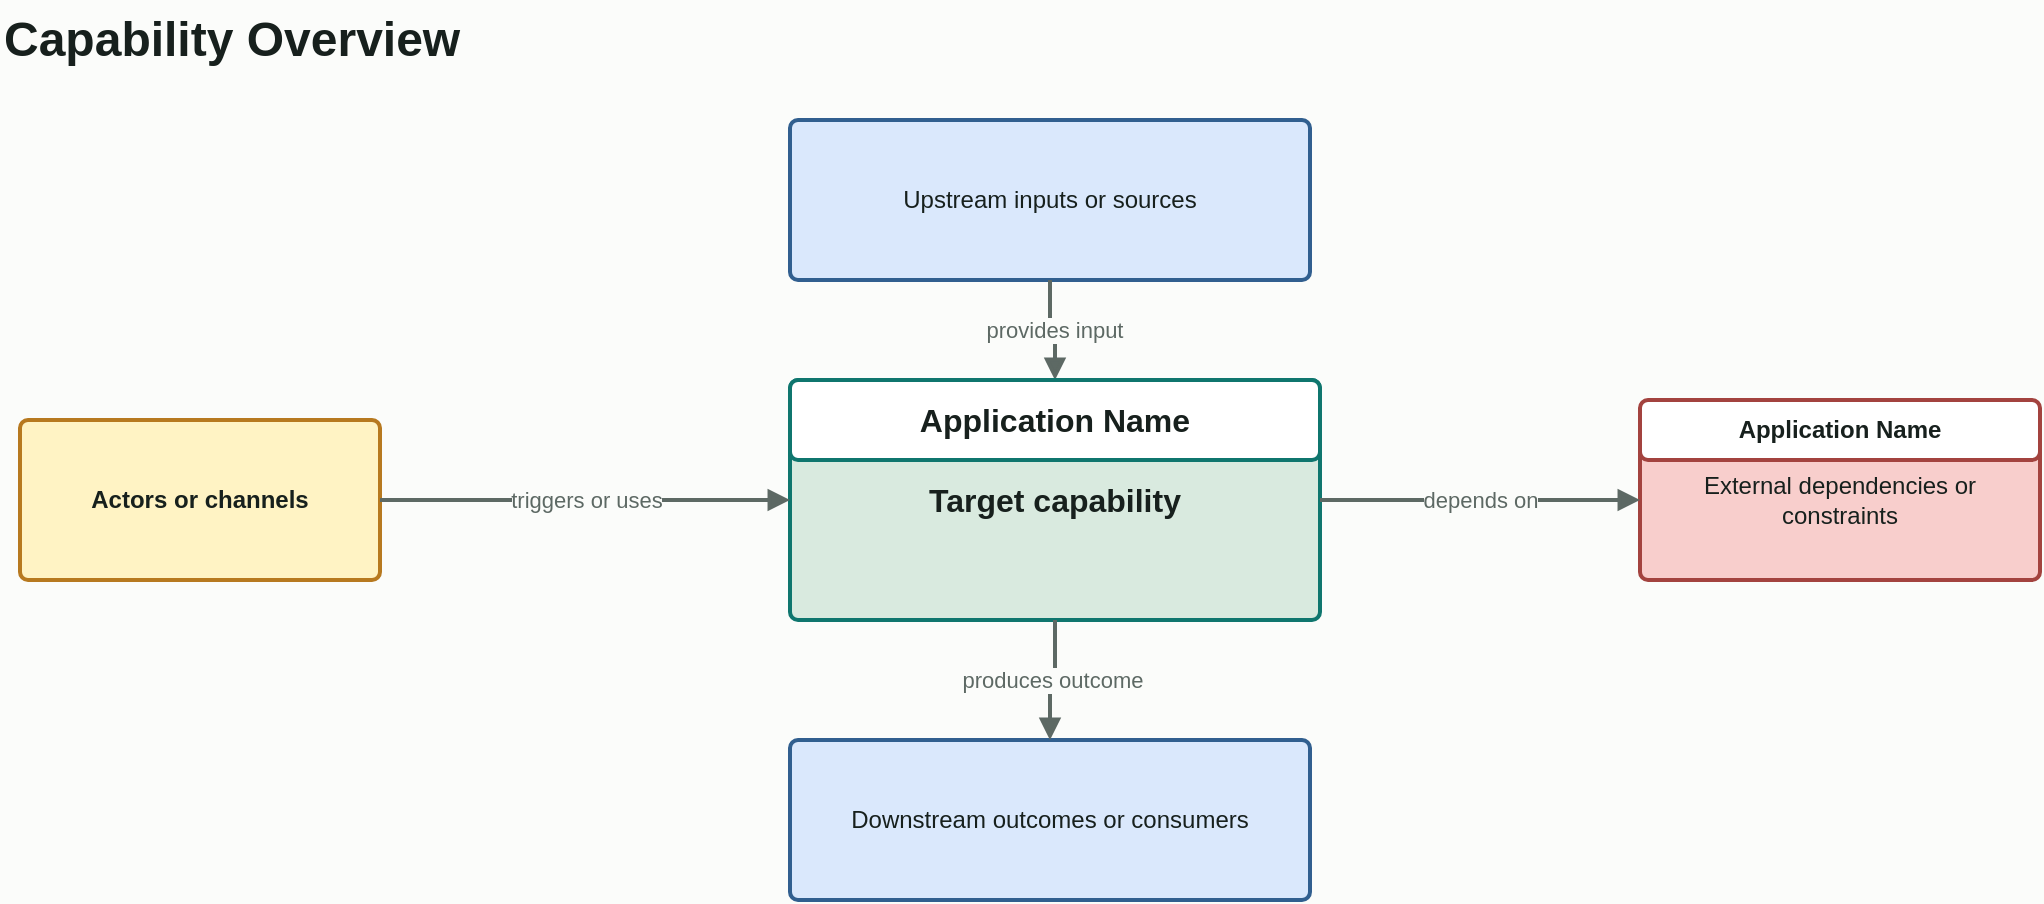
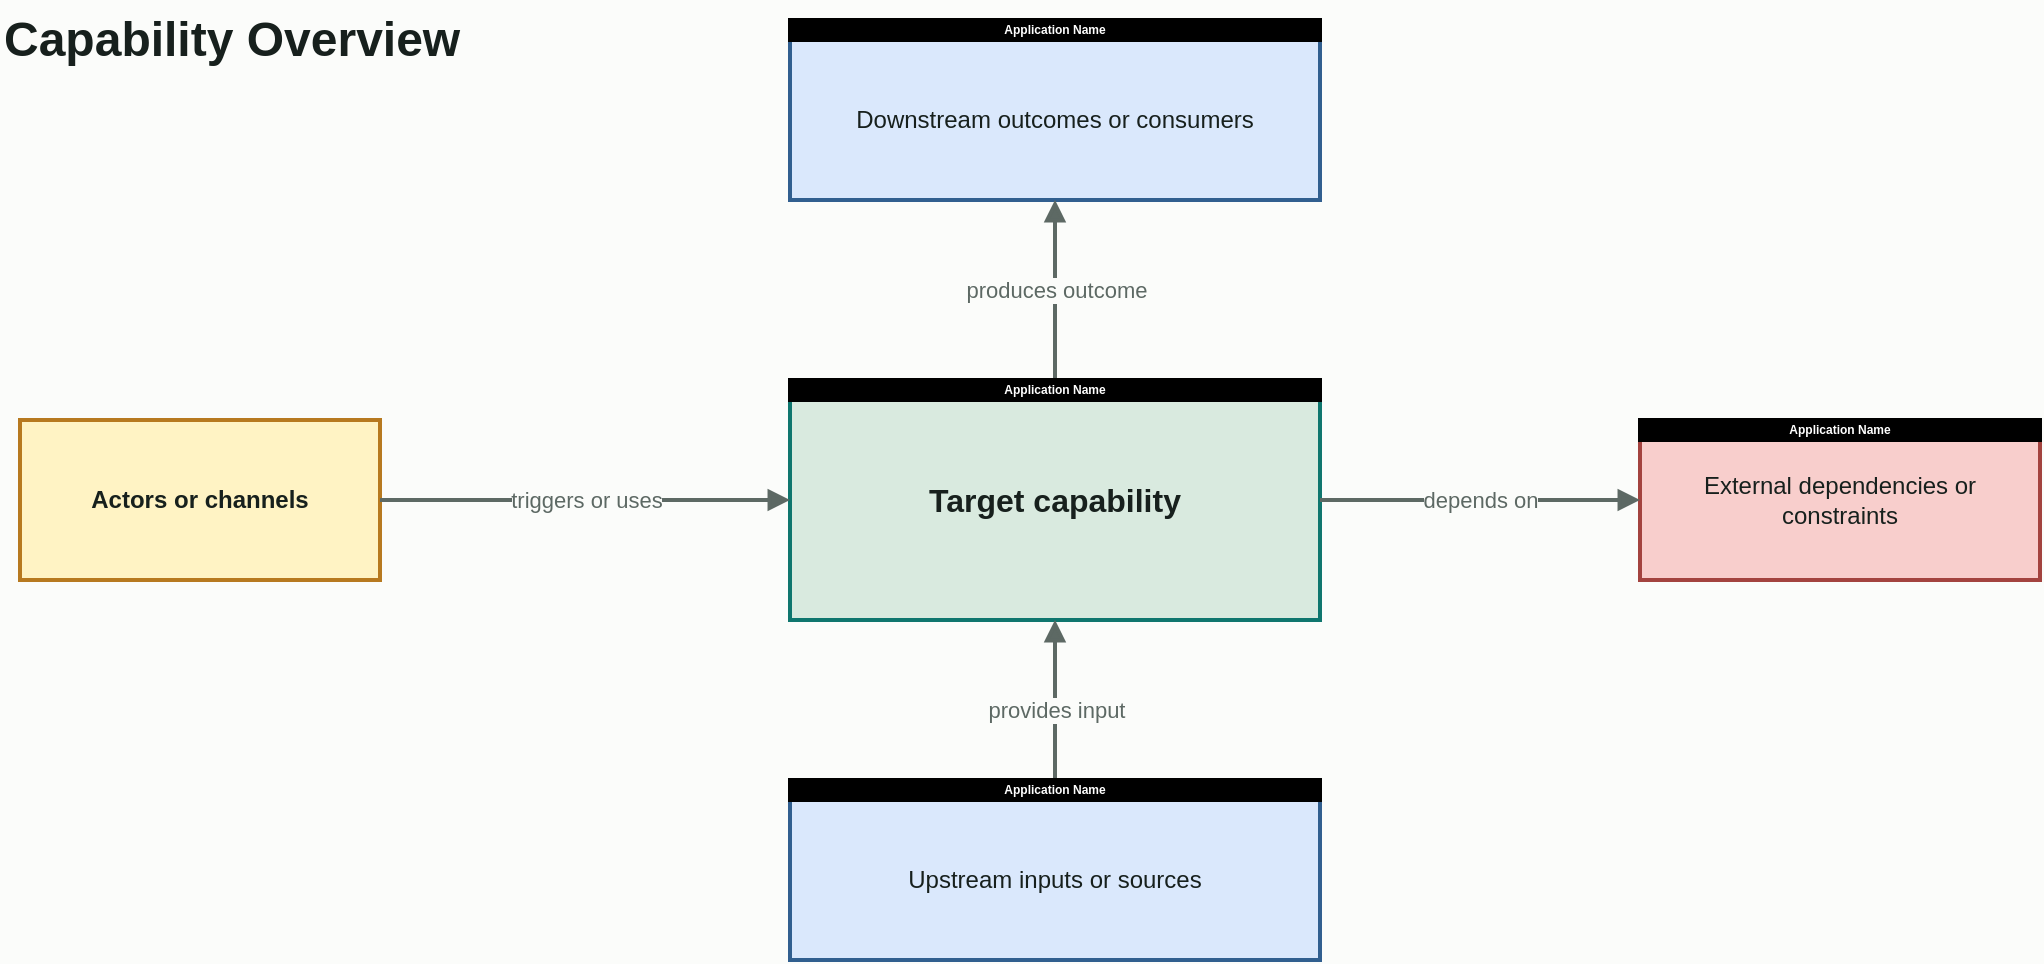
<mxfile host="Electron" agent="AI Architecture Toolkit">
  <diagram id="capability-context" name="Capability Context">
-     <mxGraphModel dx="1006" dy="748" grid="1" gridSize="10" guides="1" tooltips="1" connect="1" arrows="1" fold="1" page="1" pageScale="1" pageWidth="1169" pageHeight="827" background="#fbfcfa" math="0" shadow="0">
+     <mxGraphModel dx="1255" dy="752" grid="1" gridSize="10" guides="1" tooltips="1" connect="1" arrows="1" fold="1" page="1" pageScale="1" pageWidth="1169" pageHeight="827" background="#fbfcfa" math="0" shadow="0">
      <root>
        <mxCell id="0" />
        <mxCell id="1" parent="0" />
        <mxCell id="title" parent="1" style="text;html=1;strokeColor=none;fillColor=none;align=left;verticalAlign=middle;fontStyle=1;fontSize=24;fontColor=#17201d;" value="Capability Overview" vertex="1">
          <mxGeometry height="40" width="420" x="60" y="40" as="geometry" />
        </mxCell>
-         <mxCell id="actor" parent="1" style="rounded=1;whiteSpace=wrap;html=1;arcSize=8;absoluteArcSize=1;spacing=12;fillColor=#fff3c4;strokeColor=#b7791f;fontColor=#17201d;fontStyle=1;strokeWidth=2;" value="Actors or channels" vertex="1">
+         <mxCell id="actor" parent="1" style="rounded=0;whiteSpace=wrap;html=1;spacing=12;fillColor=#fff3c4;strokeColor=#b7791f;fontColor=#17201d;fontStyle=1;strokeWidth=2;" value="Actors or channels" vertex="1">
          <mxGeometry height="80" width="180" x="70" y="250" as="geometry" />
        </mxCell>
-         <mxCell id="capability" parent="1" style="rounded=1;whiteSpace=wrap;html=1;arcSize=8;absoluteArcSize=1;spacing=12;fillColor=#d9eadf;strokeColor=#0f766e;fontColor=#17201d;fontStyle=1;fontSize=16;strokeWidth=2;" value="Target capability" vertex="1">
+         <mxCell id="capability" parent="1" style="rounded=0;whiteSpace=wrap;html=1;spacing=12;fillColor=#d9eadf;strokeColor=#0f766e;fontColor=#17201d;fontStyle=1;fontSize=16;strokeWidth=2;" value="Target capability" vertex="1">
          <mxGeometry height="120" width="265" x="455" y="230" as="geometry" />
        </mxCell>
-         <mxCell id="upstream" parent="1" style="rounded=1;whiteSpace=wrap;html=1;arcSize=8;absoluteArcSize=1;spacing=12;fillColor=#dae8fc;strokeColor=#315f8f;fontColor=#17201d;strokeWidth=2;" value="Upstream inputs or sources" vertex="1">
-           <mxGeometry height="80" width="260" x="455" y="100" as="geometry" />
+         <mxCell id="upstream" parent="1" style="rounded=0;whiteSpace=wrap;html=1;spacing=12;fillColor=#dae8fc;strokeColor=#315f8f;fontColor=#17201d;strokeWidth=2;" value="Upstream inputs or sources" vertex="1">
+           <mxGeometry height="80" width="265" x="455" y="440" as="geometry" />
        </mxCell>
-         <mxCell id="downstream" parent="1" style="rounded=1;whiteSpace=wrap;html=1;arcSize=8;absoluteArcSize=1;spacing=12;fillColor=#dae8fc;strokeColor=#315f8f;fontColor=#17201d;strokeWidth=2;" value="Downstream outcomes or consumers" vertex="1">
-           <mxGeometry height="80" width="260" x="455" y="410" as="geometry" />
+         <mxCell id="downstream" parent="1" style="rounded=0;whiteSpace=wrap;html=1;spacing=12;fillColor=#dae8fc;strokeColor=#315f8f;fontColor=#17201d;strokeWidth=2;" value="Downstream outcomes or consumers" vertex="1">
+           <mxGeometry height="80" width="265" x="455" y="60" as="geometry" />
        </mxCell>
-         <mxCell id="external" parent="1" style="rounded=1;whiteSpace=wrap;html=1;arcSize=8;absoluteArcSize=1;spacing=12;fillColor=#f8cecc;strokeColor=#a3433f;fontColor=#17201d;strokeWidth=2;" value="External dependencies or constraints" vertex="1">
+         <mxCell id="external" parent="1" style="rounded=0;whiteSpace=wrap;html=1;spacing=12;fillColor=#f8cecc;strokeColor=#a3433f;fontColor=#17201d;strokeWidth=2;" value="External dependencies or constraints" vertex="1">
          <mxGeometry height="80" width="200" x="880" y="250" as="geometry" />
        </mxCell>
        <mxCell id="edge-actor-capability" edge="1" parent="1" source="actor" style="edgeStyle=orthogonalEdgeStyle;rounded=0;orthogonalLoop=1;jettySize=auto;html=1;endArrow=block;strokeColor=#5d6964;fontColor=#5d6964;labelBackgroundColor=#fbfcfa;labelBorderColor=none;strokeWidth=2;" target="capability" value="triggers or uses">
          <mxGeometry relative="1" as="geometry" />
        </mxCell>
        <mxCell id="edge-upstream-capability" edge="1" parent="1" source="upstream" style="edgeStyle=orthogonalEdgeStyle;rounded=0;orthogonalLoop=1;jettySize=auto;html=1;endArrow=block;strokeColor=#5d6964;fontColor=#5d6964;labelBackgroundColor=#fbfcfa;labelBorderColor=none;strokeWidth=2;" target="capability" value="provides input">
          <mxGeometry relative="1" as="geometry" />
        </mxCell>
-         <mxCell id="edge-capability-downstream" edge="1" parent="1" source="capability" style="edgeStyle=orthogonalEdgeStyle;rounded=0;orthogonalLoop=1;jettySize=auto;html=1;endArrow=block;strokeColor=#5d6964;fontColor=#5d6964;labelBackgroundColor=#fbfcfa;labelBorderColor=none;strokeWidth=2;" target="downstream" value="produces outcome">
+         <mxCell id="edge-capability-downstream" edge="1" parent="1" source="capability" style="edgeStyle=orthogonalEdgeStyle;rounded=0;orthogonalLoop=1;jettySize=auto;html=1;endArrow=block;strokeColor=#5d6964;fontColor=#5d6964;labelBackgroundColor=#fbfcfa;labelBorderColor=none;strokeWidth=2;entryX=0.5;entryY=1;entryDx=0;entryDy=0;" target="downstream" value="produces outcome">
          <mxGeometry relative="1" as="geometry" />
        </mxCell>
        <mxCell id="edge-capability-external" edge="1" parent="1" source="capability" style="edgeStyle=orthogonalEdgeStyle;rounded=0;orthogonalLoop=1;jettySize=auto;html=1;endArrow=block;strokeColor=#5d6964;fontColor=#5d6964;labelBackgroundColor=#fbfcfa;labelBorderColor=none;strokeWidth=2;" target="external" value="depends on">
          <mxGeometry relative="1" as="geometry" />
        </mxCell>
-         <mxCell id="wtTJ4m9Lci7Y-lzfFHPa-1" parent="1" style="rounded=1;whiteSpace=wrap;html=1;strokeColor=#0f766e;strokeWidth=2;align=center;verticalAlign=middle;spacing=12;arcSize=8;absoluteArcSize=1;fontFamily=Helvetica;fontSize=16;fontColor=#17201d;fontStyle=1;fillColor=#ffffff;" value="Application Name" vertex="1">
-           <mxGeometry height="40" width="265" x="455" y="230" as="geometry" />
+         <mxCell id="wtTJ4m9Lci7Y-lzfFHPa-1" parent="1" style="rounded=0;whiteSpace=wrap;html=1;fillColor=#000000;strokeColor=#000000;fontColor=#ffffff;fontStyle=1;fontSize=6;spacing=0;strokeWidth=2;" value="Application Name" vertex="1">
+           <mxGeometry height="10" width="265" x="455" y="230" as="geometry" />
        </mxCell>
-         <mxCell id="hzigCzCzZuQ-4PxgagW3-1" parent="1" style="rounded=1;whiteSpace=wrap;html=1;arcSize=8;absoluteArcSize=1;spacing=12;fillColor=#ffffff;strokeColor=#a3433f;fontColor=#17201d;fontStyle=1;strokeWidth=2;" value="Application Name" vertex="1">
-           <mxGeometry height="30" width="200" x="880" y="240" as="geometry" />
+         <mxCell id="hzigCzCzZuQ-4PxgagW3-1" parent="1" style="rounded=0;whiteSpace=wrap;html=1;fillColor=#000000;strokeColor=#000000;fontColor=#ffffff;fontStyle=1;fontSize=6;spacing=0;strokeWidth=2;" value="Application Name" vertex="1">
+           <mxGeometry height="10" width="200" x="880" y="250" as="geometry" />
+         </mxCell>
+         <mxCell id="hzigCzCzZuQ-4PxgagW3-2" parent="1" style="rounded=0;whiteSpace=wrap;html=1;fillColor=#000000;strokeColor=#000000;fontColor=#ffffff;fontStyle=1;fontSize=6;spacing=0;strokeWidth=2;" value="Application Name" vertex="1">
+           <mxGeometry height="10" width="265" x="455" y="50" as="geometry" />
+         </mxCell>
+         <mxCell id="hzigCzCzZuQ-4PxgagW3-3" parent="1" style="rounded=0;whiteSpace=wrap;html=1;fillColor=#000000;strokeColor=#000000;fontColor=#ffffff;fontStyle=1;fontSize=6;spacing=0;strokeWidth=2;" value="Application Name" vertex="1">
+           <mxGeometry height="10" width="265" x="455" y="430" as="geometry" />
        </mxCell>
      </root>
    </mxGraphModel>
  </diagram>
</mxfile>
